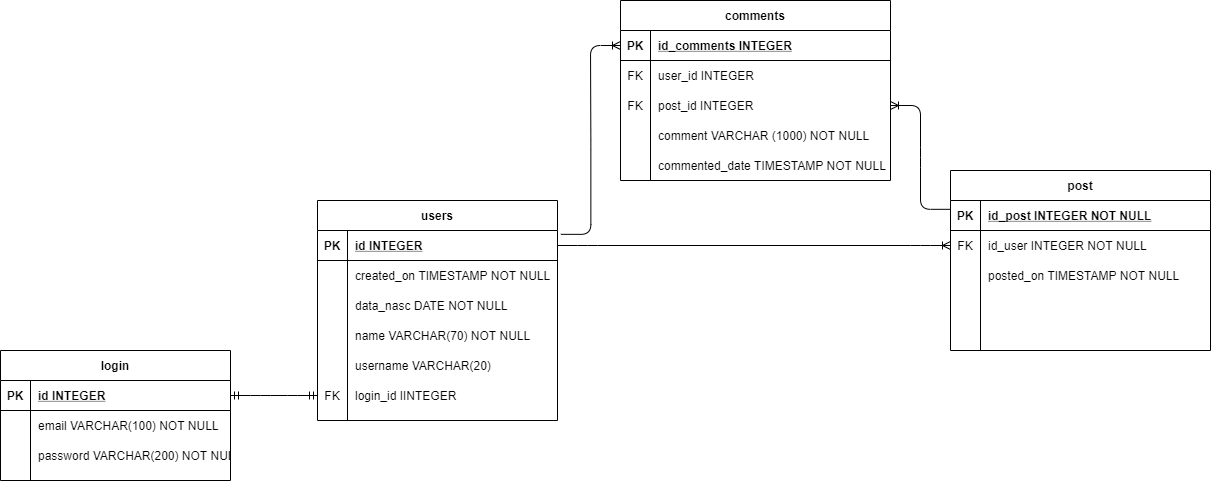
Above: database/MER.png in mrsevero/BurnHop (draw.io), before the change. Source tidied: cells renumbered, new cells last; positions are measured from the earlier drawing's top-left corner, leaving out a move shared by most shapes. Its diagram source:
```xml
<mxGraphModel>
  <root>
    <mxCell id="0" />
    <mxCell id="1" parent="0" />
    <mxCell id="2" style="edgeStyle=entityRelationEdgeStyle;fontSize=12;html=1;endArrow=ERmandOne;startArrow=ERmandOne;exitX=1;exitY=0.5;exitDx=0;exitDy=0;entryX=0;entryY=0.5;entryDx=0;entryDy=0;" parent="1" edge="1" source="52" target="38">
      <mxGeometry relative="1" as="geometry" />
    </mxCell>
    <mxCell id="3" style="edgeStyle=entityRelationEdgeStyle;fontSize=12;html=1;endArrow=ERoneToMany;exitX=1;exitY=0.5;exitDx=0;exitDy=0;entryX=0;entryY=0.5;entryDx=0;entryDy=0;" parent="1" edge="1" source="23" target="45">
      <mxGeometry relative="1" as="geometry" />
    </mxCell>
    <mxCell id="4" style="edgeStyle=entityRelationEdgeStyle;fontSize=12;html=1;endArrow=ERoneToMany;exitX=1.014;exitY=0.128;exitDx=0;exitDy=0;exitPerimeter=0;entryX=0;entryY=0.5;entryDx=0;entryDy=0;" parent="1" edge="1" source="23" target="7">
      <mxGeometry relative="1" as="geometry" />
    </mxCell>
    <mxCell id="5" style="edgeStyle=entityRelationEdgeStyle;fontSize=12;html=1;endArrow=none;endFill=0;startArrow=ERoneToMany;startFill=0;exitX=1;exitY=0.5;exitDx=0;exitDy=0;entryX=0;entryY=0.294;entryDx=0;entryDy=0;entryPerimeter=0;" parent="1" edge="1" source="13" target="42">
      <mxGeometry relative="1" as="geometry" />
    </mxCell>
    <mxCell id="6" value="comments" style="shape=table;startSize=30;rowLines=0;fontStyle=1;align=center;" parent="1" vertex="1">
      <mxGeometry x="620" width="270" height="180" as="geometry" />
    </mxCell>
    <mxCell id="7" style="shape=partialRectangle;fillColor=none;top=0;left=0;bottom=1;right=0;points=[[0,0.5],[1,0.5]];portConstraint=eastwest;" parent="6" vertex="1">
      <mxGeometry y="30" width="270" height="30" as="geometry" />
    </mxCell>
    <mxCell id="8" value="PK" style="shape=partialRectangle;fillColor=none;top=0;left=0;bottom=0;right=0;fontStyle=1;overflow=hidden;" parent="7" vertex="1">
      <mxGeometry width="30" height="30" as="geometry" />
    </mxCell>
    <mxCell id="9" value="id_comments INTEGER" style="shape=partialRectangle;fillColor=none;top=0;left=0;bottom=0;right=0;align=left;spacingLeft=6;fontStyle=5;overflow=hidden;" parent="7" vertex="1">
      <mxGeometry x="30" width="240" height="30" as="geometry" />
    </mxCell>
    <mxCell id="10" style="shape=partialRectangle;fillColor=none;top=0;left=0;bottom=0;right=0;" parent="6" vertex="1">
      <mxGeometry y="60" width="270" height="30" as="geometry" />
    </mxCell>
    <mxCell id="11" value="FK" style="shape=partialRectangle;fillColor=none;top=0;left=0;bottom=0;right=0;fontStyle=0;overflow=hidden;" parent="10" vertex="1">
      <mxGeometry width="30" height="30" as="geometry" />
    </mxCell>
    <mxCell id="12" value="user_id INTEGER" style="shape=partialRectangle;fillColor=none;top=0;left=0;bottom=0;right=0;align=left;spacingLeft=6;fontStyle=0;overflow=hidden;" parent="10" vertex="1">
      <mxGeometry x="30" width="240" height="30" as="geometry" />
    </mxCell>
    <mxCell id="13" style="shape=partialRectangle;fillColor=none;top=0;left=0;bottom=0;right=0;points=[[0,0.5],[1,0.5]];portConstraint=eastwest;" parent="6" vertex="1">
      <mxGeometry y="90" width="270" height="30" as="geometry" />
    </mxCell>
    <mxCell id="14" value="FK" style="shape=partialRectangle;fillColor=none;top=0;left=0;bottom=0;right=0;fontStyle=0;overflow=hidden;" parent="13" vertex="1">
      <mxGeometry width="30" height="30" as="geometry" />
    </mxCell>
    <mxCell id="15" value="post_id INTEGER" style="shape=partialRectangle;fillColor=none;top=0;left=0;bottom=0;right=0;align=left;spacingLeft=6;fontStyle=0;overflow=hidden;" parent="13" vertex="1">
      <mxGeometry x="30" width="240" height="30" as="geometry" />
    </mxCell>
    <mxCell id="16" style="shape=partialRectangle;fillColor=none;top=0;left=0;bottom=0;right=0;" parent="6" vertex="1">
      <mxGeometry y="120" width="270" height="30" as="geometry" />
    </mxCell>
    <mxCell id="17" style="shape=partialRectangle;fillColor=none;top=0;left=0;bottom=0;right=0;overflow=hidden;" parent="16" vertex="1">
      <mxGeometry width="30" height="30" as="geometry" />
    </mxCell>
    <mxCell id="18" value="comment VARCHAR (1000) NOT NULL" style="shape=partialRectangle;fillColor=none;top=0;left=0;bottom=0;right=0;align=left;spacingLeft=6;overflow=hidden;" parent="16" vertex="1">
      <mxGeometry x="30" width="240" height="30" as="geometry" />
    </mxCell>
    <mxCell id="19" style="shape=partialRectangle;fillColor=none;top=0;left=0;bottom=0;right=0;" parent="6" vertex="1">
      <mxGeometry y="150" width="270" height="30" as="geometry" />
    </mxCell>
    <mxCell id="20" style="shape=partialRectangle;fillColor=none;top=0;left=0;bottom=0;right=0;overflow=hidden;" parent="19" vertex="1">
      <mxGeometry width="30" height="30" as="geometry" />
    </mxCell>
    <mxCell id="21" value="commented_date TIMESTAMP NOT NULL" style="shape=partialRectangle;fillColor=none;top=0;left=0;bottom=0;right=0;align=left;spacingLeft=6;overflow=hidden;" parent="19" vertex="1">
      <mxGeometry x="30" width="240" height="30" as="geometry" />
    </mxCell>
    <mxCell id="22" value="users" style="shape=table;startSize=30;rowLines=0;fontStyle=1;align=center;" parent="1" vertex="1">
      <mxGeometry x="317" y="200" width="240" height="220" as="geometry" />
    </mxCell>
    <mxCell id="23" style="shape=partialRectangle;fillColor=none;top=0;left=0;bottom=1;right=0;points=[[0,0.5],[1,0.5]];portConstraint=eastwest;" parent="22" vertex="1">
      <mxGeometry y="30" width="240" height="30" as="geometry" />
    </mxCell>
    <mxCell id="24" value="PK" style="shape=partialRectangle;fillColor=none;top=0;left=0;bottom=0;right=0;fontStyle=1;overflow=hidden;" parent="23" vertex="1">
      <mxGeometry width="30" height="30" as="geometry" />
    </mxCell>
    <mxCell id="25" value="id INTEGER" style="shape=partialRectangle;fillColor=none;top=0;left=0;bottom=0;right=0;align=left;spacingLeft=6;fontStyle=5;overflow=hidden;" parent="23" vertex="1">
      <mxGeometry x="30" width="210" height="30" as="geometry" />
    </mxCell>
    <mxCell id="26" style="shape=partialRectangle;fillColor=none;top=0;left=0;bottom=0;right=0;" parent="22" vertex="1">
      <mxGeometry y="60" width="240" height="30" as="geometry" />
    </mxCell>
    <mxCell id="27" style="shape=partialRectangle;fillColor=none;top=0;left=0;bottom=0;right=0;overflow=hidden;" parent="26" vertex="1">
      <mxGeometry width="30" height="30" as="geometry" />
    </mxCell>
    <mxCell id="28" value="created_on TIMESTAMP NOT NULL" style="shape=partialRectangle;fillColor=none;top=0;left=0;bottom=0;right=0;align=left;spacingLeft=6;overflow=hidden;" parent="26" vertex="1">
      <mxGeometry x="30" width="210" height="30" as="geometry" />
    </mxCell>
    <mxCell id="29" style="shape=partialRectangle;fillColor=none;top=0;left=0;bottom=0;right=0;" parent="22" vertex="1">
      <mxGeometry y="90" width="240" height="30" as="geometry" />
    </mxCell>
    <mxCell id="30" style="shape=partialRectangle;fillColor=none;top=0;left=0;bottom=0;right=0;overflow=hidden;" parent="29" vertex="1">
      <mxGeometry width="30" height="30" as="geometry" />
    </mxCell>
    <mxCell id="31" value="data_nasc DATE NOT NULL" style="shape=partialRectangle;fillColor=none;top=0;left=0;bottom=0;right=0;align=left;spacingLeft=6;overflow=hidden;" parent="29" vertex="1">
      <mxGeometry x="30" width="210" height="30" as="geometry" />
    </mxCell>
    <mxCell id="32" style="shape=partialRectangle;fillColor=none;top=0;left=0;bottom=0;right=0;" parent="22" vertex="1">
      <mxGeometry y="120" width="240" height="30" as="geometry" />
    </mxCell>
    <mxCell id="33" style="shape=partialRectangle;fillColor=none;top=0;left=0;bottom=0;right=0;overflow=hidden;" parent="32" vertex="1">
      <mxGeometry width="30" height="30" as="geometry" />
    </mxCell>
    <mxCell id="34" value="name VARCHAR(70) NOT NULL" style="shape=partialRectangle;fillColor=none;top=0;left=0;bottom=0;right=0;align=left;spacingLeft=6;overflow=hidden;fontStyle=0;" parent="32" vertex="1">
      <mxGeometry x="30" width="210" height="30" as="geometry" />
    </mxCell>
    <mxCell id="35" style="shape=partialRectangle;fillColor=none;top=0;left=0;bottom=0;right=0;" parent="22" vertex="1">
      <mxGeometry y="150" width="240" height="30" as="geometry" />
    </mxCell>
    <mxCell id="36" style="shape=partialRectangle;fillColor=none;top=0;left=0;bottom=0;right=0;overflow=hidden;" parent="35" vertex="1">
      <mxGeometry width="30" height="30" as="geometry" />
    </mxCell>
    <mxCell id="37" value="username VARCHAR(20) " style="shape=partialRectangle;fillColor=none;top=0;left=0;bottom=0;right=0;align=left;spacingLeft=6;overflow=hidden;" parent="35" vertex="1">
      <mxGeometry x="30" width="210" height="30" as="geometry" />
    </mxCell>
    <mxCell id="38" style="shape=partialRectangle;fillColor=none;top=0;left=0;bottom=0;right=0;points=[[0,0.5],[1,0.5]];portConstraint=eastwest;" parent="22" vertex="1">
      <mxGeometry y="180" width="240" height="30" as="geometry" />
    </mxCell>
    <mxCell id="39" value="FK" style="shape=partialRectangle;fillColor=none;top=0;left=0;bottom=0;right=0;fontStyle=0;overflow=hidden;" parent="38" vertex="1">
      <mxGeometry width="30" height="30" as="geometry" />
    </mxCell>
    <mxCell id="40" value="login_id IINTEGER" style="shape=partialRectangle;fillColor=none;top=0;left=0;bottom=0;right=0;align=left;spacingLeft=6;fontStyle=0;overflow=hidden;" parent="38" vertex="1">
      <mxGeometry x="30" width="210" height="30" as="geometry" />
    </mxCell>
    <mxCell id="41" value="post" style="shape=table;startSize=30;rowLines=0;fontStyle=1;align=center;" parent="1" vertex="1">
      <mxGeometry x="950" y="170" width="260" height="180" as="geometry" />
    </mxCell>
    <mxCell id="42" style="shape=partialRectangle;fillColor=none;points=[[0,0.5],[1,0.5]];portConstraint=eastwest;top=0;left=0;right=0;bottom=1;" parent="41" vertex="1">
      <mxGeometry y="30" width="260" height="30" as="geometry" />
    </mxCell>
    <mxCell id="43" value="PK" style="shape=partialRectangle;overflow=hidden;fillColor=none;top=0;left=0;bottom=0;right=0;fontStyle=1;" parent="42" vertex="1">
      <mxGeometry width="30" height="30" as="geometry" />
    </mxCell>
    <mxCell id="44" value="id_post INTEGER NOT NULL" style="shape=partialRectangle;overflow=hidden;fillColor=none;top=0;left=0;bottom=0;right=0;align=left;spacingLeft=6;fontStyle=5;" parent="42" vertex="1">
      <mxGeometry x="30" width="230" height="30" as="geometry" />
    </mxCell>
    <mxCell id="45" style="shape=partialRectangle;fillColor=none;points=[[0,0.5],[1,0.5]];portConstraint=eastwest;top=0;left=0;right=0;bottom=0;" parent="41" vertex="1">
      <mxGeometry y="60" width="260" height="30" as="geometry" />
    </mxCell>
    <mxCell id="46" value="FK" style="shape=partialRectangle;overflow=hidden;fillColor=none;top=0;left=0;bottom=0;right=0;" parent="45" vertex="1">
      <mxGeometry width="30" height="30" as="geometry" />
    </mxCell>
    <mxCell id="47" value="id_user INTEGER NOT NULL" style="shape=partialRectangle;overflow=hidden;fillColor=none;top=0;left=0;bottom=0;right=0;align=left;spacingLeft=6;" parent="45" vertex="1">
      <mxGeometry x="30" width="230" height="30" as="geometry" />
    </mxCell>
    <mxCell id="48" style="shape=partialRectangle;fillColor=none;top=0;left=0;right=0;bottom=0;" parent="41" vertex="1">
      <mxGeometry y="90" width="260" height="30" as="geometry" />
    </mxCell>
    <mxCell id="49" style="shape=partialRectangle;overflow=hidden;fillColor=none;top=0;left=0;bottom=0;right=0;" parent="48" vertex="1">
      <mxGeometry width="30" height="30" as="geometry" />
    </mxCell>
    <mxCell id="50" value="posted_on TIMESTAMP NOT NULL" style="shape=partialRectangle;overflow=hidden;fillColor=none;top=0;left=0;bottom=0;right=0;align=left;spacingLeft=6;" parent="48" vertex="1">
      <mxGeometry x="30" width="230" height="30" as="geometry" />
    </mxCell>
    <mxCell id="51" value="login" style="shape=table;startSize=30;rowLines=0;fontStyle=1;align=center;" parent="1" vertex="1">
      <mxGeometry y="350" width="230" height="130" as="geometry" />
    </mxCell>
    <mxCell id="52" style="shape=partialRectangle;fillColor=none;top=0;left=0;bottom=1;right=0;points=[[0,0.5],[1,0.5]];portConstraint=eastwest;" parent="51" vertex="1">
      <mxGeometry y="30" width="230" height="30" as="geometry" />
    </mxCell>
    <mxCell id="53" value="PK" style="shape=partialRectangle;fillColor=none;top=0;left=0;bottom=0;right=0;fontStyle=1;overflow=hidden;" parent="52" vertex="1">
      <mxGeometry width="30" height="30" as="geometry" />
    </mxCell>
    <mxCell id="54" value="id INTEGER" style="shape=partialRectangle;fillColor=none;top=0;left=0;bottom=0;right=0;align=left;spacingLeft=6;fontStyle=5;overflow=hidden;" parent="52" vertex="1">
      <mxGeometry x="30" width="200" height="30" as="geometry" />
    </mxCell>
    <mxCell id="55" style="shape=partialRectangle;fillColor=none;top=0;left=0;bottom=0;right=0;" parent="51" vertex="1">
      <mxGeometry y="60" width="230" height="30" as="geometry" />
    </mxCell>
    <mxCell id="56" style="shape=partialRectangle;fillColor=none;top=0;left=0;bottom=0;right=0;overflow=hidden;" parent="55" vertex="1">
      <mxGeometry width="30" height="30" as="geometry" />
    </mxCell>
    <mxCell id="57" value="email VARCHAR(100) NOT NULL" style="shape=partialRectangle;fillColor=none;top=0;left=0;bottom=0;right=0;align=left;spacingLeft=6;overflow=hidden;" parent="55" vertex="1">
      <mxGeometry x="30" width="200" height="30" as="geometry" />
    </mxCell>
    <mxCell id="58" style="shape=partialRectangle;fillColor=none;top=0;left=0;bottom=0;right=0;" parent="51" vertex="1">
      <mxGeometry y="90" width="230" height="30" as="geometry" />
    </mxCell>
    <mxCell id="59" style="shape=partialRectangle;fillColor=none;top=0;left=0;bottom=0;right=0;overflow=hidden;" parent="58" vertex="1">
      <mxGeometry width="30" height="30" as="geometry" />
    </mxCell>
    <mxCell id="60" value="password VARCHAR(200) NOT NUL" style="shape=partialRectangle;fillColor=none;top=0;left=0;bottom=0;right=0;align=left;spacingLeft=6;overflow=hidden;" parent="58" vertex="1">
      <mxGeometry x="30" width="200" height="30" as="geometry" />
    </mxCell>
  </root>
</mxGraphModel>
```
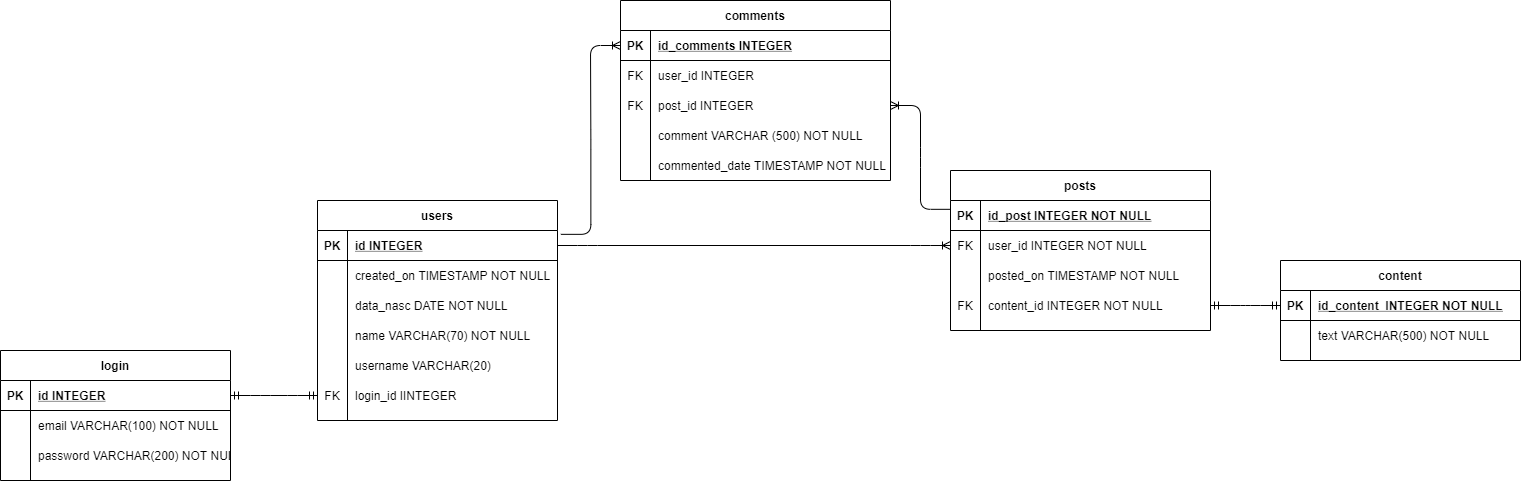
Later version of the same file.

Commit message:
Adicionado tabelas content, posts,#11 comments #27 e atualizado a documentação

What changed in the source:
```diff
@@ -50,7 +50,7 @@
     <mxCell id="17" style="shape=partialRectangle;fillColor=none;top=0;left=0;bottom=0;right=0;overflow=hidden;" parent="16" vertex="1">
       <mxGeometry width="30" height="30" as="geometry" />
     </mxCell>
-    <mxCell id="18" value="comment VARCHAR (1000) NOT NULL" style="shape=partialRectangle;fillColor=none;top=0;left=0;bottom=0;right=0;align=left;spacingLeft=6;overflow=hidden;" parent="16" vertex="1">
+    <mxCell id="18" value="comment VARCHAR (500) NOT NULL" style="shape=partialRectangle;fillColor=none;top=0;left=0;bottom=0;right=0;align=left;spacingLeft=6;overflow=hidden;" parent="16" vertex="1">
       <mxGeometry x="30" width="240" height="30" as="geometry" />
     </mxCell>
     <mxCell id="19" style="shape=partialRectangle;fillColor=none;top=0;left=0;bottom=0;right=0;" parent="6" vertex="1">
@@ -119,8 +119,8 @@
     <mxCell id="40" value="login_id IINTEGER" style="shape=partialRectangle;fillColor=none;top=0;left=0;bottom=0;right=0;align=left;spacingLeft=6;fontStyle=0;overflow=hidden;" parent="38" vertex="1">
       <mxGeometry x="30" width="210" height="30" as="geometry" />
     </mxCell>
-    <mxCell id="41" value="post" style="shape=table;startSize=30;rowLines=0;fontStyle=1;align=center;" parent="1" vertex="1">
-      <mxGeometry x="950" y="170" width="260" height="180" as="geometry" />
+    <mxCell id="41" value="posts" style="shape=table;startSize=30;rowLines=0;fontStyle=1;align=center;" parent="1" vertex="1">
+      <mxGeometry x="950" y="170" width="260" height="160" as="geometry" />
     </mxCell>
     <mxCell id="42" style="shape=partialRectangle;fillColor=none;points=[[0,0.5],[1,0.5]];portConstraint=eastwest;top=0;left=0;right=0;bottom=1;" parent="41" vertex="1">
       <mxGeometry y="30" width="260" height="30" as="geometry" />
@@ -137,7 +137,7 @@
     <mxCell id="46" value="FK" style="shape=partialRectangle;overflow=hidden;fillColor=none;top=0;left=0;bottom=0;right=0;" parent="45" vertex="1">
       <mxGeometry width="30" height="30" as="geometry" />
     </mxCell>
-    <mxCell id="47" value="id_user INTEGER NOT NULL" style="shape=partialRectangle;overflow=hidden;fillColor=none;top=0;left=0;bottom=0;right=0;align=left;spacingLeft=6;" parent="45" vertex="1">
+    <mxCell id="47" value="user_id INTEGER NOT NULL" style="shape=partialRectangle;overflow=hidden;fillColor=none;top=0;left=0;bottom=0;right=0;align=left;spacingLeft=6;" parent="45" vertex="1">
       <mxGeometry x="30" width="230" height="30" as="geometry" />
     </mxCell>
     <mxCell id="48" style="shape=partialRectangle;fillColor=none;top=0;left=0;right=0;bottom=0;" parent="41" vertex="1">
@@ -149,6 +149,15 @@
     <mxCell id="50" value="posted_on TIMESTAMP NOT NULL" style="shape=partialRectangle;overflow=hidden;fillColor=none;top=0;left=0;bottom=0;right=0;align=left;spacingLeft=6;" parent="48" vertex="1">
       <mxGeometry x="30" width="230" height="30" as="geometry" />
     </mxCell>
+    <mxCell id="61" style="shape=partialRectangle;fillColor=none;top=0;left=0;bottom=0;right=0;points=[[0,0.5],[1,0.5]];portConstraint=eastwest;" parent="41" vertex="1">
+      <mxGeometry y="120" width="260" height="30" as="geometry" />
+    </mxCell>
+    <mxCell id="62" value="FK" style="shape=partialRectangle;fillColor=none;top=0;left=0;bottom=0;right=0;fontStyle=0;overflow=hidden;" parent="61" vertex="1">
+      <mxGeometry width="30" height="30" as="geometry" />
+    </mxCell>
+    <mxCell id="63" value="content_id INTEGER NOT NULL" style="shape=partialRectangle;fillColor=none;top=0;left=0;bottom=0;right=0;align=left;spacingLeft=6;fontStyle=0;overflow=hidden;" parent="61" vertex="1">
+      <mxGeometry x="30" width="230" height="30" as="geometry" />
+    </mxCell>
     <mxCell id="51" value="login" style="shape=table;startSize=30;rowLines=0;fontStyle=1;align=center;" parent="1" vertex="1">
       <mxGeometry y="350" width="230" height="130" as="geometry" />
     </mxCell>
@@ -179,5 +188,29 @@
     <mxCell id="60" value="password VARCHAR(200) NOT NUL" style="shape=partialRectangle;fillColor=none;top=0;left=0;bottom=0;right=0;align=left;spacingLeft=6;overflow=hidden;" parent="58" vertex="1">
       <mxGeometry x="30" width="200" height="30" as="geometry" />
     </mxCell>
+    <mxCell id="64" style="edgeStyle=entityRelationEdgeStyle;fontSize=12;html=1;endArrow=ERmandOne;startArrow=ERmandOne;exitX=1;exitY=0.5;exitDx=0;exitDy=0;" parent="1" edge="1" source="61" target="66">
+      <mxGeometry relative="1" as="geometry" />
+    </mxCell>
+    <mxCell id="65" value="content" style="shape=table;startSize=30;rowLines=0;fontStyle=1;align=center;" parent="1" vertex="1">
+      <mxGeometry x="1280" y="260" width="240" height="100" as="geometry" />
+    </mxCell>
+    <mxCell id="66" style="shape=partialRectangle;fillColor=none;top=0;left=0;bottom=1;right=0;points=[[0,0.5],[1,0.5]];portConstraint=eastwest;" parent="65" vertex="1">
+      <mxGeometry y="30" width="240" height="30" as="geometry" />
+    </mxCell>
+    <mxCell id="67" value="PK" style="shape=partialRectangle;fillColor=none;top=0;left=0;bottom=0;right=0;fontStyle=1;overflow=hidden;" parent="66" vertex="1">
+      <mxGeometry width="30" height="30" as="geometry" />
+    </mxCell>
+    <mxCell id="68" value="id_content  INTEGER NOT NULL" style="shape=partialRectangle;fillColor=none;top=0;left=0;bottom=0;right=0;align=left;spacingLeft=6;fontStyle=5;overflow=hidden;" parent="66" vertex="1">
+      <mxGeometry x="30" width="210" height="30" as="geometry" />
+    </mxCell>
+    <mxCell id="69" style="shape=partialRectangle;fillColor=none;top=0;left=0;bottom=0;right=0;" parent="65" vertex="1">
+      <mxGeometry y="60" width="240" height="30" as="geometry" />
+    </mxCell>
+    <mxCell id="70" style="shape=partialRectangle;fillColor=none;top=0;left=0;bottom=0;right=0;overflow=hidden;" parent="69" vertex="1">
+      <mxGeometry width="30" height="30" as="geometry" />
+    </mxCell>
+    <mxCell id="71" value="text VARCHAR(500) NOT NULL" style="shape=partialRectangle;fillColor=none;top=0;left=0;bottom=0;right=0;align=left;spacingLeft=6;overflow=hidden;" parent="69" vertex="1">
+      <mxGeometry x="30" width="210" height="30" as="geometry" />
+    </mxCell>
   </root>
 </mxGraphModel>
```
